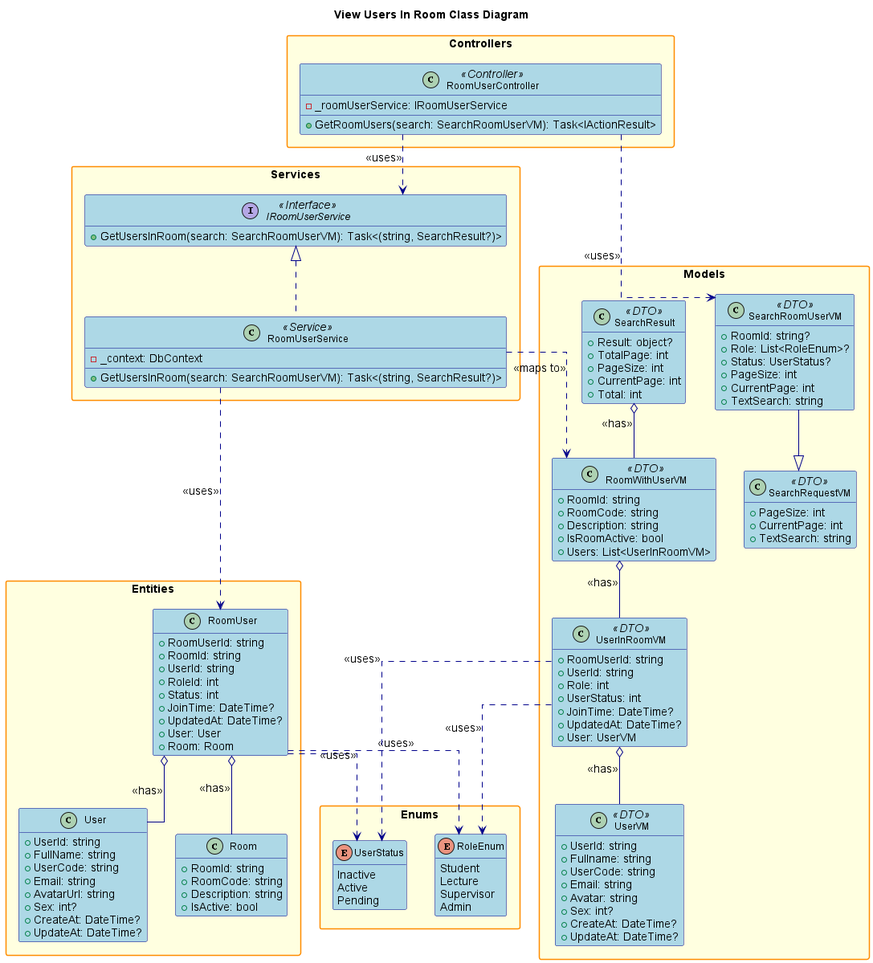
This is design/out/viewroomusers/viewroomusers.png from conghoan1211/AI-Kiosk-Testing-system, a PlantUML export, as it was before one commit.
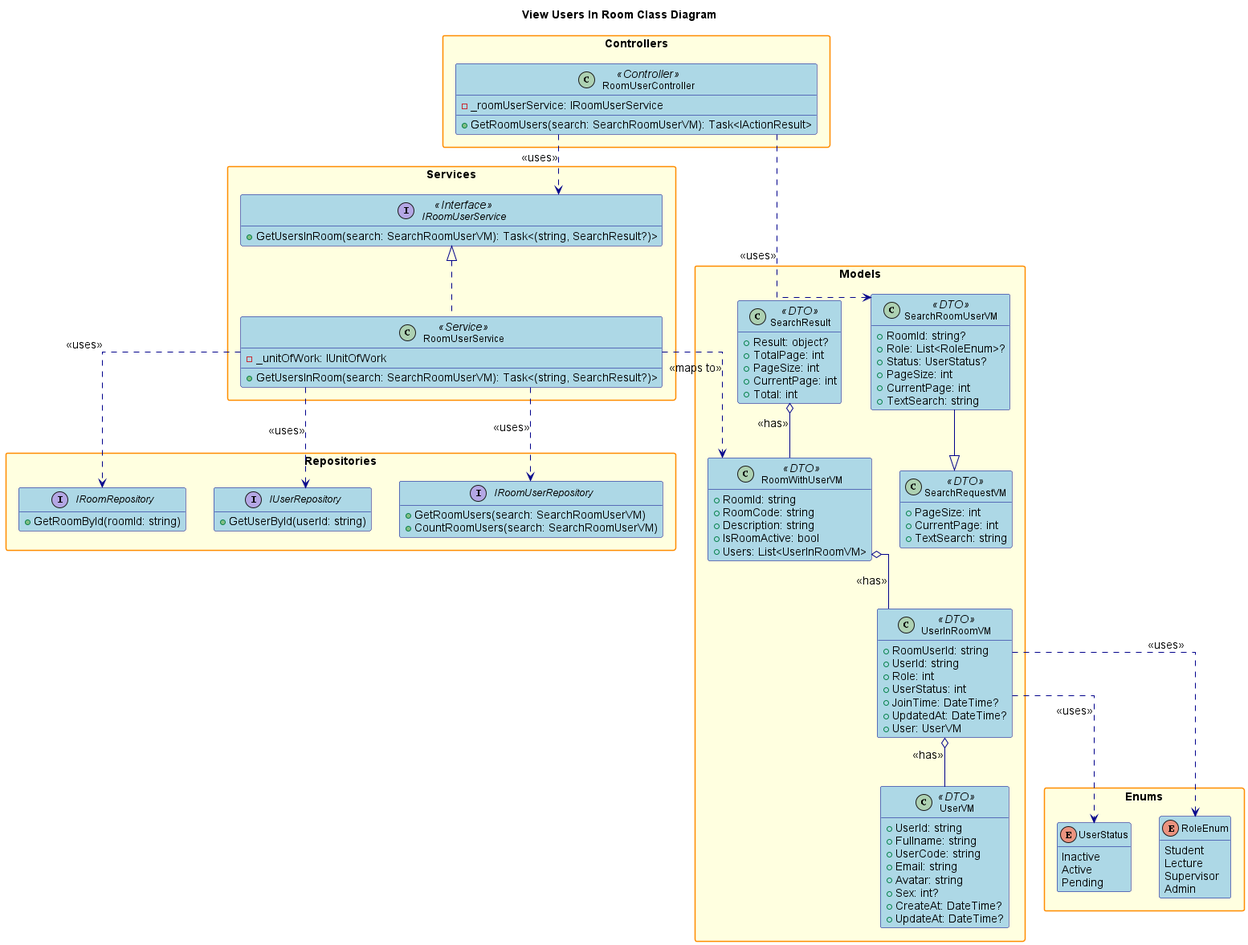
The same file after the commit.

The edit, as a diff of the source:
```diff
@@ -50,8 +50,21 @@
         + GetUsersInRoom(search: SearchRoomUserVM): Task<(string, SearchResult?)>
     }
     class RoomUserService <<Service>> {
-        - _context: DbContext
+        - _unitOfWork: IUnitOfWork
         + GetUsersInRoom(search: SearchRoomUserVM): Task<(string, SearchResult?)>
+    }
+}
+
+package "Repositories" {
+    interface IRoomUserRepository {
+        + GetRoomUsers(search: SearchRoomUserVM)
+        + CountRoomUsers(search: SearchRoomUserVM)
+    }
+    interface IUserRepository {
+        + GetUserById(userId: string)
+    }
+    interface IRoomRepository {
+        + GetRoomById(roomId: string)
     }
 }
 
@@ -104,36 +117,6 @@
     }
 }
 
-package "Entities" {
-    class RoomUser {
-        + RoomUserId: string
-        + RoomId: string
-        + UserId: string
-        + RoleId: int
-        + Status: int
-        + JoinTime: DateTime?
-        + UpdatedAt: DateTime?
-        + User: User
-        + Room: Room
-    }
-    class User {
-        + UserId: string
-        + FullName: string
-        + UserCode: string
-        + Email: string
-        + AvatarUrl: string
-        + Sex: int?
-        + CreateAt: DateTime?
-        + UpdateAt: DateTime?
-    }
-    class Room {
-        + RoomId: string
-        + RoomCode: string
-        + Description: string
-        + IsActive: bool
-    }
-}
-
 package "Enums" {
     enum RoleEnum {
         Student
@@ -149,14 +132,12 @@
 }
 
 RoomUserController ..> IRoomUserService : <<uses>>
+RoomUserController ..> SearchRoomUserVM : <<uses>>
 IRoomUserService <|.. RoomUserService
-RoomUserController ..> SearchRoomUserVM : <<uses>>
-RoomUserService ..> RoomUser : <<uses>>
+RoomUserService ..> IRoomUserRepository : <<uses>>
+RoomUserService ..> IUserRepository : <<uses>>
+RoomUserService ..> IRoomRepository : <<uses>>
 RoomUserService ..> RoomWithUserVM : <<maps to>>
-RoomUser o-- User : <<has>>
-RoomUser o-- Room : <<has>>
-RoomUser ..> RoleEnum : <<uses>>
-RoomUser ..> UserStatus : <<uses>>
 SearchRoomUserVM --|> SearchRequestVM
 RoomWithUserVM o-- UserInRoomVM : <<has>>
 UserInRoomVM o-- UserVM : <<has>>
```
